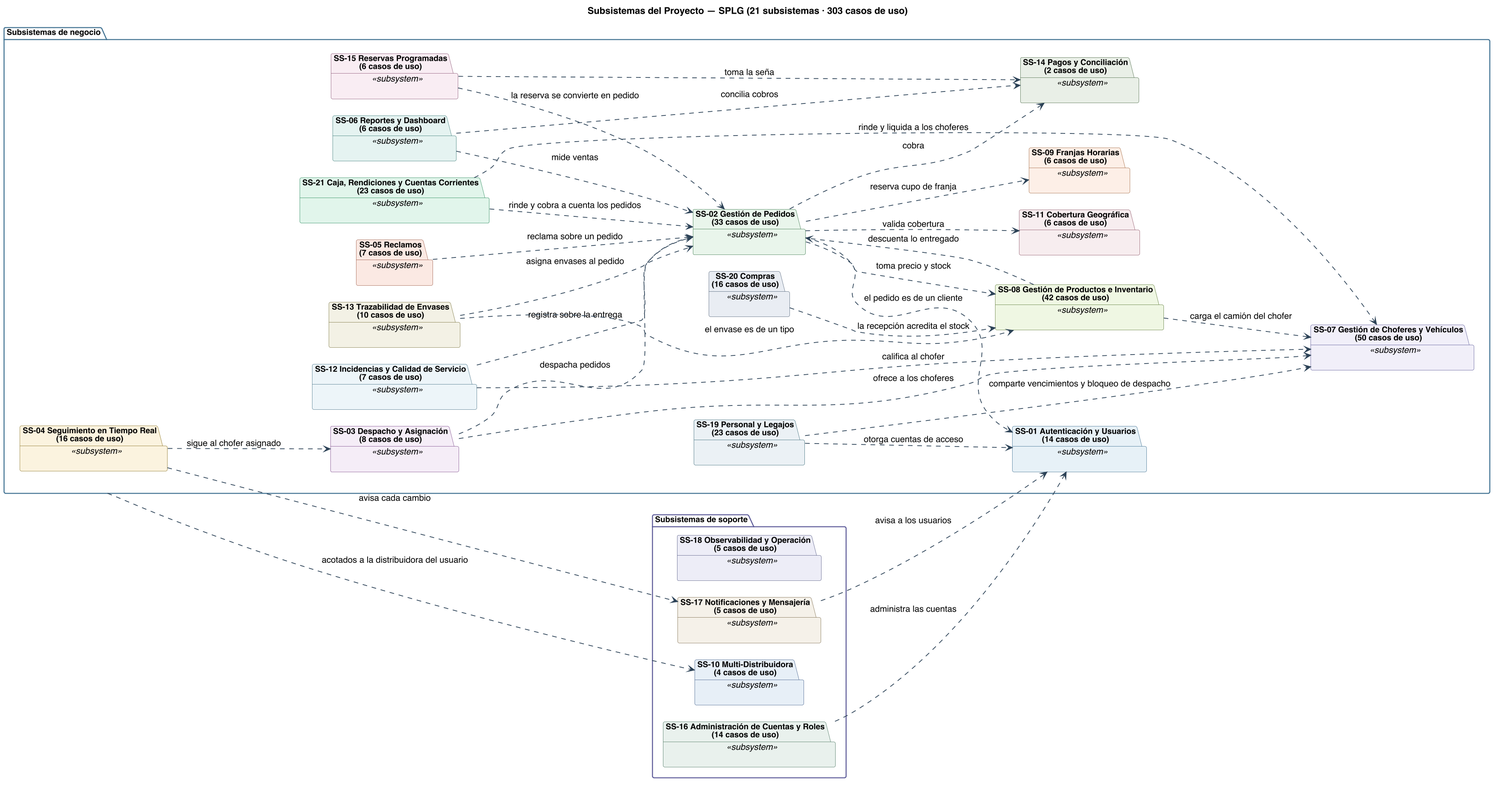
The PlantUML diagram diagramas/uml/CU_Sistema_Subsistemas.png in Nahuelito-Dev/splg-docs, before a commit.
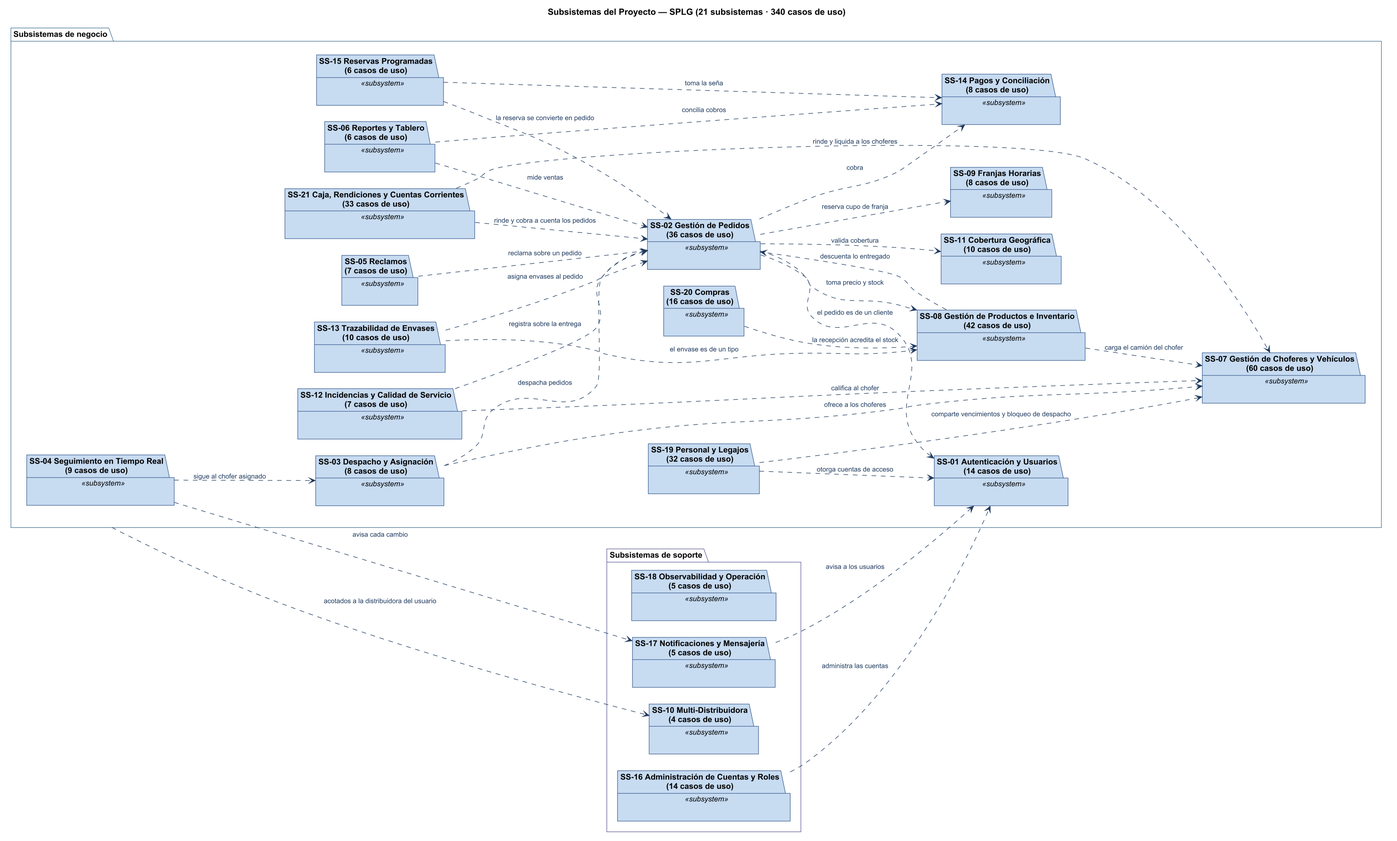
After the change.

What changed in the source:
```diff
@@ -1,82 +1,55 @@
 @startuml
-title Subsistemas del Proyecto — SPLG (21 subsistemas · 303 casos de uso)
-skinparam backgroundColor #FFFFFF
-skinparam shadowing false
-skinparam defaultFontName Helvetica
-skinparam defaultFontSize 13
-skinparam dpi 150
-skinparam ArrowColor #2C4257
-skinparam ArrowThickness 1.1
-skinparam actor {
-  BorderColor #2C4257
-  BackgroundColor #E8EDF2
-  FontSize 13
-  FontStyle bold
-}
-skinparam usecase {
-  BorderColor #2C4257
-  BackgroundColor #FFFFFF
-  FontSize 12
-}
-skinparam rectangle {
-  BorderColor #6B7683
-  FontSize 14
-  FontStyle bold
-}
-
+title Subsistemas del Proyecto — SPLG (21 subsistemas · 340 casos de uso)
+!include ../estilo-vp.iuml
 skinparam nodesep 25
 skinparam ranksep 55
-skinparam package {
-  BorderColor #2C4257
-  FontSize 12
-}
 
 left to right direction
 
 package "Subsistemas de negocio" as GNEG #back:FFFFFF;line:3C6E8F {
-  package "SS-01 Autenticación y Usuarios\n(14 casos de uso)" as MSS01 <<subsystem>> #back:E7F0F6;line:3C6E8F {
+  package "SS-01 Autenticación y Usuarios\n(14 casos de uso)" as MSS01 <<subsystem>> #back:C6DAF0;line:3C5F8F {
   }
-  package "SS-02 Gestión de Pedidos\n(33 casos de uso)" as MSS02 <<subsystem>> #back:E9F4EA;line:3F7A50 {
+  package "SS-02 Gestión de Pedidos\n(36 casos de uso)" as MSS02 <<subsystem>> #back:C6DAF0;line:3C5F8F {
   }
-  package "SS-03 Despacho y Asignación\n(8 casos de uso)" as MSS03 <<subsystem>> #back:F5ECF7;line:7B4B8A {
+  package "SS-03 Despacho y Asignación\n(8 casos de uso)" as MSS03 <<subsystem>> #back:C6DAF0;line:3C5F8F {
   }
-  package "SS-04 Seguimiento en Tiempo Real\n(16 casos de uso)" as MSS04 <<subsystem>> #back:FBF2DE;line:8A7326 {
+  package "SS-04 Seguimiento en Tiempo Real\n(9 casos de uso)" as MSS04 <<subsystem>> #back:C6DAF0;line:3C5F8F {
   }
-  package "SS-05 Reclamos\n(7 casos de uso)" as MSS05 <<subsystem>> #back:FAE8E3;line:9C5A46 {
+  package "SS-05 Reclamos\n(7 casos de uso)" as MSS05 <<subsystem>> #back:C6DAF0;line:3C5F8F {
   }
-  package "SS-06 Reportes y Dashboard\n(6 casos de uso)" as MSS06 <<subsystem>> #back:E4F2F1;line:3E7C79 {
+  package "SS-06 Reportes y Tablero\n(6 casos de uso)" as MSS06 <<subsystem>> #back:C6DAF0;line:3C5F8F {
   }
-  package "SS-07 Gestión de Choferes y Vehículos\n(50 casos de uso)" as MSS07 <<subsystem>> #back:F0EEF9;line:5A5896 {
+  package "SS-07 Gestión de Choferes y Vehículos\n(60 casos de uso)" as MSS07 <<subsystem>> #back:C6DAF0;line:3C5F8F {
   }
-  package "SS-08 Gestión de Productos e Inventario\n(42 casos de uso)" as MSS08 <<subsystem>> #back:EFF6E2;line:5E7A3A {
+  package "SS-08 Gestión de Productos e Inventario\n(42 casos de uso)" as MSS08 <<subsystem>> #back:C6DAF0;line:3C5F8F {
   }
-  package "SS-09 Franjas Horarias\n(6 casos de uso)" as MSS09 <<subsystem>> #back:FDEFE6;line:A26A45 {
+  package "SS-09 Franjas Horarias\n(8 casos de uso)" as MSS09 <<subsystem>> #back:C6DAF0;line:3C5F8F {
   }
-  package "SS-11 Cobertura Geográfica\n(6 casos de uso)" as MSS11 <<subsystem>> #back:F7ECEF;line:8E5566 {
+  package "SS-11 Cobertura Geográfica\n(10 casos de uso)" as MSS11 <<subsystem>> #back:C6DAF0;line:3C5F8F {
   }
-  package "SS-12 Incidencias y Calidad de Servicio\n(7 casos de uso)" as MSS12 <<subsystem>> #back:EDF5F9;line:4A7488 {
+  package "SS-12 Incidencias y Calidad de Servicio\n(7 casos de uso)" as MSS12 <<subsystem>> #back:C6DAF0;line:3C5F8F {
   }
-  package "SS-13 Trazabilidad de Envases\n(10 casos de uso)" as MSS13 <<subsystem>> #back:F3F1E4;line:7A7340 {
+  package "SS-13 Trazabilidad de Envases\n(10 casos de uso)" as MSS13 <<subsystem>> #back:C6DAF0;line:3C5F8F {
   }
-  package "SS-14 Pagos y Conciliación\n(2 casos de uso)" as MSS14 <<subsystem>> #back:E9EFE6;line:4E6B4A {
+  package "SS-14 Pagos y Conciliación\n(8 casos de uso)" as MSS14 <<subsystem>> #back:C6DAF0;line:3C5F8F {
   }
-  package "SS-15 Reservas Programadas\n(6 casos de uso)" as MSS15 <<subsystem>> #back:F8EDF3;line:8A5674 {
+  package "SS-15 Reservas Programadas\n(6 casos de uso)" as MSS15 <<subsystem>> #back:C6DAF0;line:3C5F8F {
   }
-  package "SS-19 Personal y Legajos\n(23 casos de uso)" as MSS19 <<subsystem>> #back:EAF1F4;line:3D6B7A {
+  package "SS-19 Personal y Legajos\n(32 casos de uso)" as MSS19 <<subsystem>> #back:C6DAF0;line:3C5F8F {
   }
-  package "SS-20 Compras\n(16 casos de uso)" as MSS20 <<subsystem>> #back:E9EDF2;line:55657A {
+  package "SS-20 Compras\n(16 casos de uso)" as MSS20 <<subsystem>> #back:C6DAF0;line:3C5F8F {
   }
-  package "SS-21 Caja, Rendiciones y Cuentas Corrientes\n(23 casos de uso)" as MSS21 <<subsystem>> #back:E1F4EA;line:2A8A5C {
+  package "SS-21 Caja, Rendiciones y Cuentas Corrientes\n(33 casos de uso)" as MSS21 <<subsystem>> #back:C6DAF0;line:3C5F8F {
   }
 }
 package "Subsistemas de soporte" as GSOP #back:FFFFFF;line:5A5896 {
-  package "SS-10 Multi-Distribuidora\n(4 casos de uso)" as MSS10 <<subsystem>> #back:E6EEF7;line:44608B {
+  package "SS-10 Multi-Distribuidora\n(4 casos de uso)" as MSS10 <<subsystem>> #back:C6DAF0;line:3C5F8F {
   }
-  package "SS-16 Administración de Cuentas y Roles\n(14 casos de uso)" as MSS16 <<subsystem>> #back:E8F1EC;line:4B7560 {
+  package "SS-16 Administración de Cuentas y Roles\n(14 casos de uso)" as MSS16 <<subsystem>> #back:C6DAF0;line:3C5F8F {
   }
-  package "SS-17 Notificaciones y Mensajería\n(5 casos de uso)" as MSS17 <<subsystem>> #back:F5F0E8;line:7C6B4C {
+  package "SS-17 Notificaciones y Mensajería\n(5 casos de uso)" as MSS17 <<subsystem>> #back:C6DAF0;line:3C5F8F {
   }
-  package "SS-18 Observabilidad y Operación\n(5 casos de uso)" as MSS18 <<subsystem>> #back:ECEDF6;line:5B5F87 {
+  package "SS-18 Observabilidad y Operación\n(5 casos de uso)" as MSS18 <<subsystem>> #back:C6DAF0;line:3C5F8F {
   }
 }
 
```
